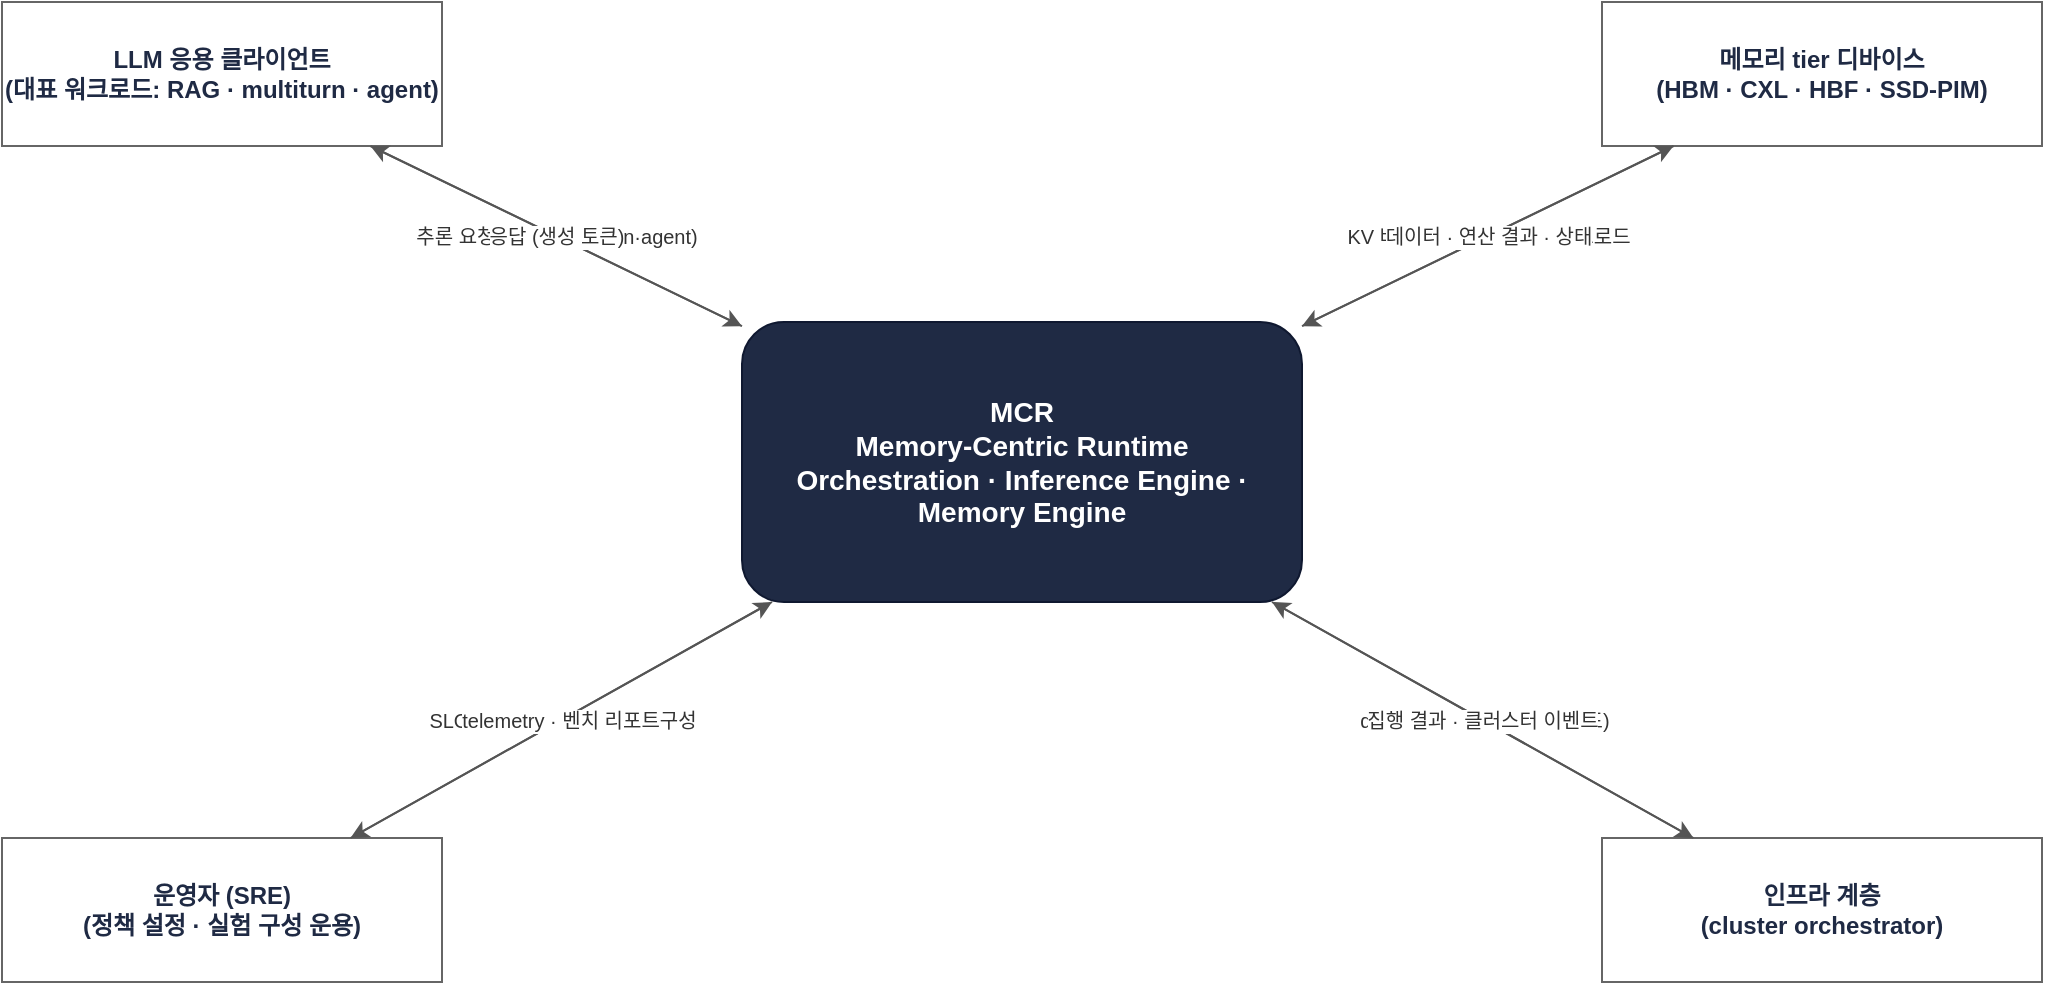
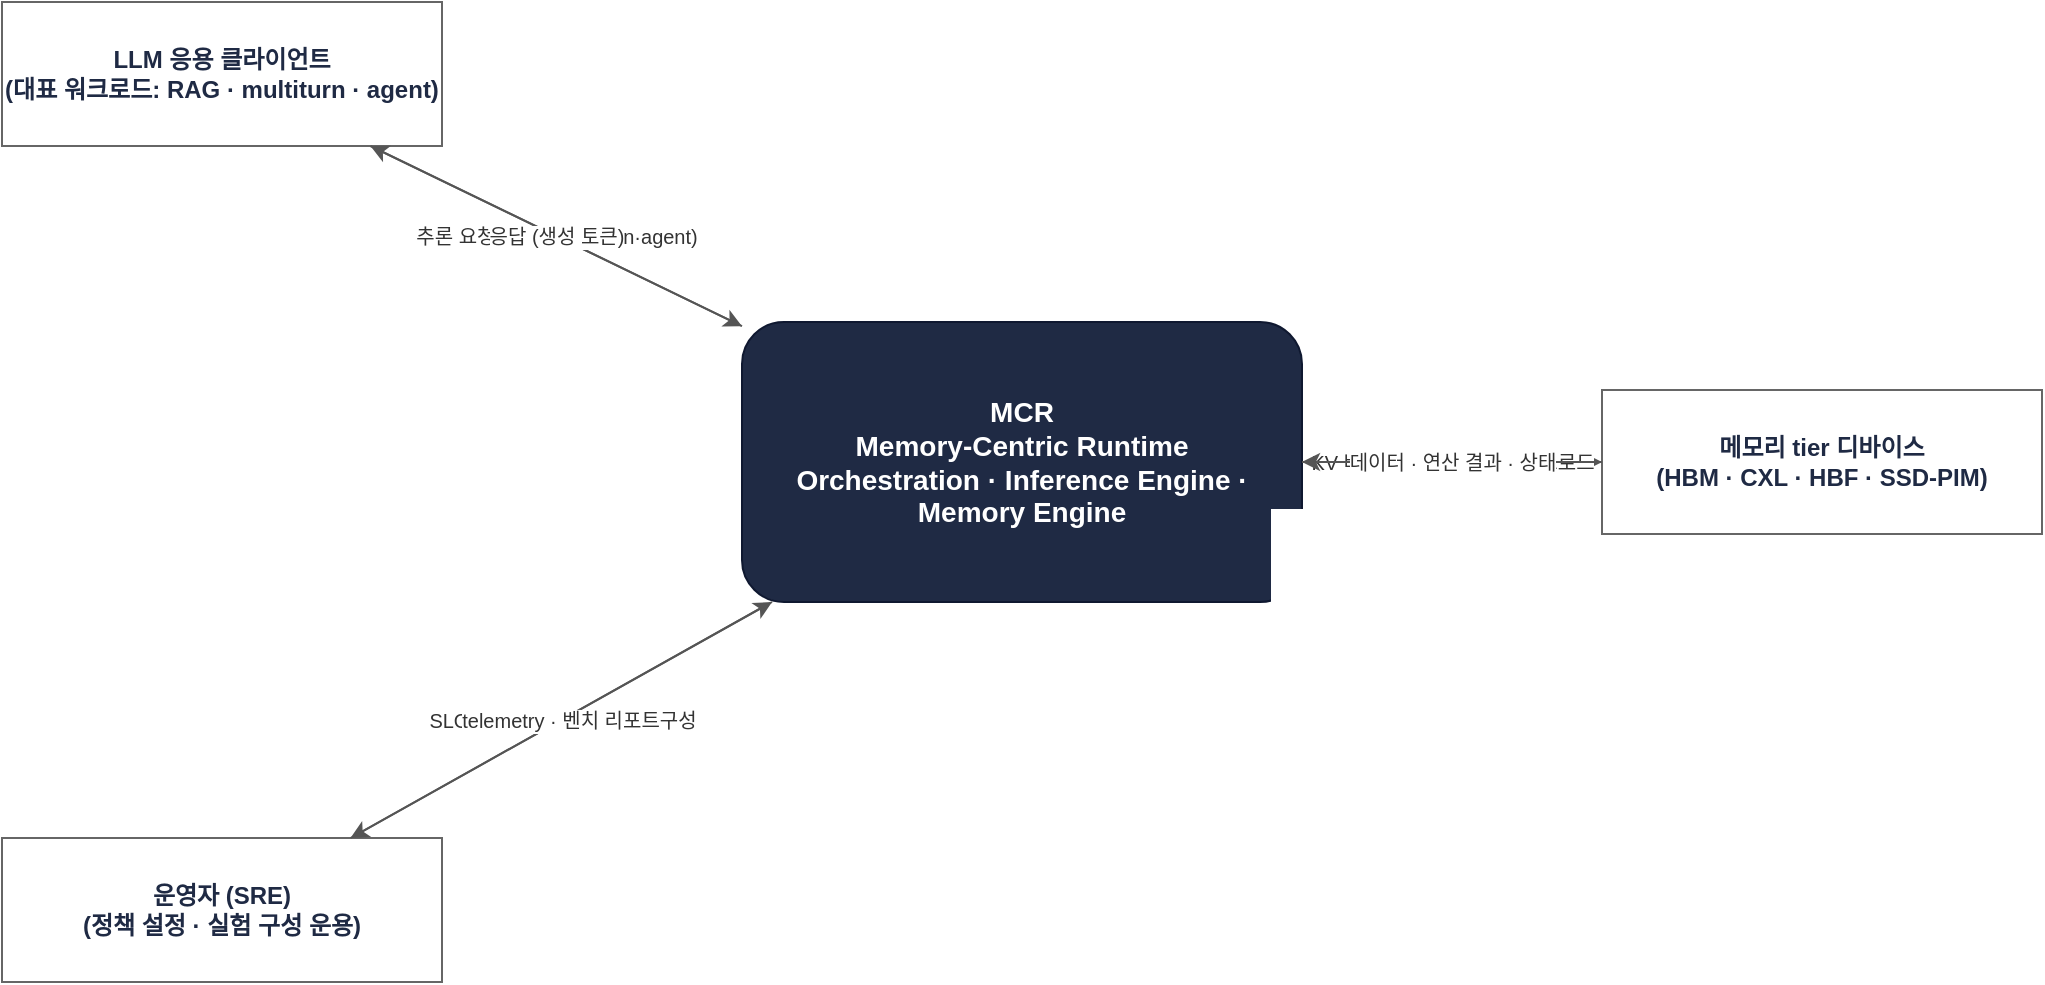
<mxfile host="app.diagrams.net" agent="architect-requirements" version="24.0.0">
  <diagram id="req-context-mcr" name="MCR Context Diagram">
    <mxGraphModel dx="1200" dy="800" grid="1" gridSize="10" guides="1" tooltips="1" connect="1" arrows="1" fold="1" page="1" pageScale="1" pageWidth="1120" pageHeight="680" math="0" shadow="0">
      <root>
        <mxCell id="0"/>
        <mxCell id="1" parent="0"/>

        <mxCell id="mcr" value="MCR&#10;Memory-Centric Runtime&#10;Orchestration · Inference Engine · Memory Engine" style="rounded=1;whiteSpace=wrap;html=1;fillColor=#1F2A44;strokeColor=#0F1830;fontColor=#FFFFFF;fontSize=14;fontStyle=1;" vertex="1" parent="1">
          <mxGeometry x="420" y="270" width="280" height="140" as="geometry"/>
        </mxCell>

        <mxCell id="client" value="LLM 응용 클라이언트&#10;(대표 워크로드: RAG · multiturn · agent)" style="rounded=0;whiteSpace=wrap;html=1;fillColor=#FFFFFF;strokeColor=#666666;fontColor=#1F2A44;fontSize=12;fontStyle=1;" vertex="1" parent="1">
          <mxGeometry x="50" y="110" width="220" height="72" as="geometry"/>
        </mxCell>
        <mxCell id="ops" value="운영자 (SRE)&#10;(정책 설정 · 실험 구성 운용)" style="rounded=0;whiteSpace=wrap;html=1;fillColor=#FFFFFF;strokeColor=#666666;fontColor=#1F2A44;fontSize=12;fontStyle=1;" vertex="1" parent="1">
          <mxGeometry x="50" y="528" width="220" height="72" as="geometry"/>
        </mxCell>
        <mxCell id="dev" value="메모리 tier 디바이스&#10;(HBM · CXL · HBF · SSD-PIM)" style="rounded=0;whiteSpace=wrap;html=1;fillColor=#FFFFFF;strokeColor=#666666;fontColor=#1F2A44;fontSize=12;fontStyle=1;" vertex="1" parent="1">
-           <mxGeometry x="850" y="110" width="220" height="72" as="geometry"/>
-         </mxCell>
-         <mxCell id="infra" value="인프라 계층&#10;(cluster orchestrator)" style="rounded=0;whiteSpace=wrap;html=1;fillColor=#FFFFFF;strokeColor=#666666;fontColor=#1F2A44;fontSize=12;fontStyle=1;" vertex="1" parent="1">
-           <mxGeometry x="850" y="528" width="220" height="72" as="geometry"/>
+           <mxGeometry x="850" y="304" width="220" height="72" as="geometry"/>
        </mxCell>

        <mxCell id="f1" value="추론 요청 (RAG·multiturn·agent)" style="endArrow=classic;html=1;strokeColor=#555555;fontSize=10;fontColor=#333333;" edge="1" parent="1" source="client" target="mcr"><mxGeometry relative="1" as="geometry"/></mxCell>
        <mxCell id="f2" value="응답 (생성 토큰)" style="endArrow=classic;html=1;strokeColor=#555555;fontSize=10;fontColor=#333333;" edge="1" parent="1" source="mcr" target="client"><mxGeometry relative="1" as="geometry"/></mxCell>
        <mxCell id="f3" value="SLO 정책 · tier 등록 · 실험 구성" style="endArrow=classic;html=1;strokeColor=#555555;fontSize=10;fontColor=#333333;" edge="1" parent="1" source="ops" target="mcr"><mxGeometry relative="1" as="geometry"/></mxCell>
        <mxCell id="f4" value="telemetry · 벤치 리포트" style="endArrow=classic;html=1;strokeColor=#555555;fontSize=10;fontColor=#333333;" edge="1" parent="1" source="mcr" target="ops"><mxGeometry relative="1" as="geometry"/></mxCell>
        <mxCell id="f5" value="KV 배치·이동 · 근접연산 오프로드" style="endArrow=classic;html=1;strokeColor=#555555;fontSize=10;fontColor=#333333;" edge="1" parent="1" source="mcr" target="dev"><mxGeometry relative="1" as="geometry"/></mxCell>
        <mxCell id="f6" value="데이터 · 연산 결과 · 상태" style="endArrow=classic;html=1;strokeColor=#555555;fontSize=10;fontColor=#333333;" edge="1" parent="1" source="dev" target="mcr"><mxGeometry relative="1" as="geometry"/></mxCell>
-         <mxCell id="f7" value="desired state (스케일링 목표)" style="endArrow=classic;html=1;strokeColor=#555555;fontSize=10;fontColor=#333333;" edge="1" parent="1" source="mcr" target="infra"><mxGeometry relative="1" as="geometry"/></mxCell>
-         <mxCell id="f8" value="집행 결과 · 클러스터 이벤트" style="endArrow=classic;html=1;strokeColor=#555555;fontSize=10;fontColor=#333333;" edge="1" parent="1" source="infra" target="mcr"><mxGeometry relative="1" as="geometry"/></mxCell>
      </root>
    </mxGraphModel>
  </diagram>
</mxfile>
